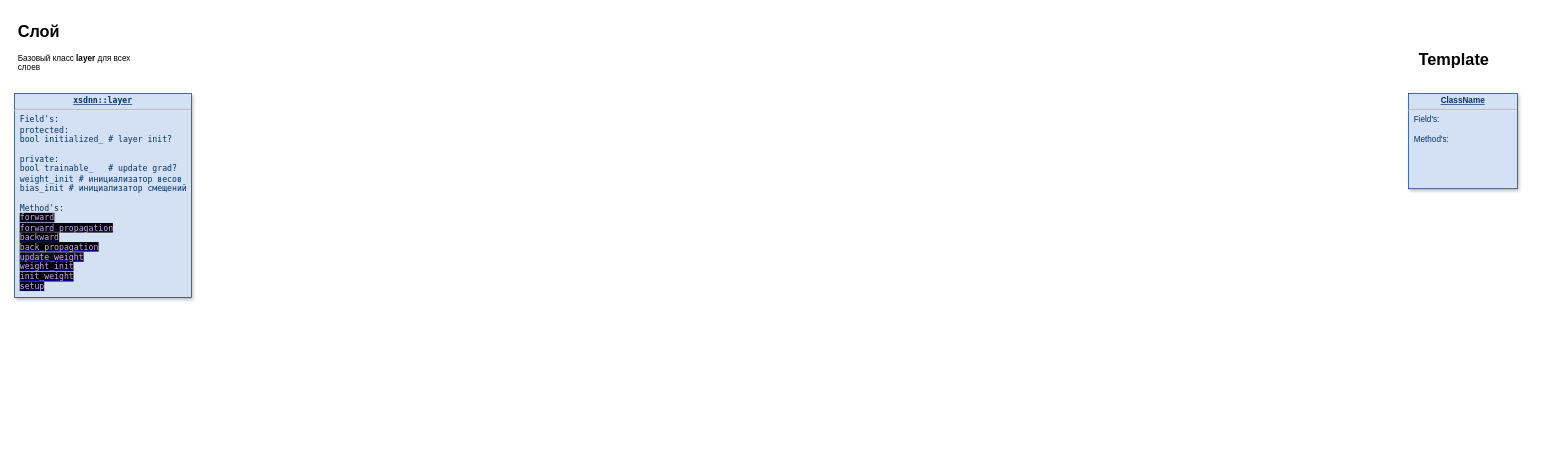
xsdnn/xsdnn keeps this draw.io diagram as page "xsdnn::main" (1 of 9) of logic.drawio. Above is the earlier version. Source tidied: cells renumbered, new cells numbered last; positions are measured from the earlier drawing's top-left corner, leaving out a move shared by most shapes. Both pictures are drawn from the tidied source at 68%, with x=0, y=0 at pixel (14, 18).
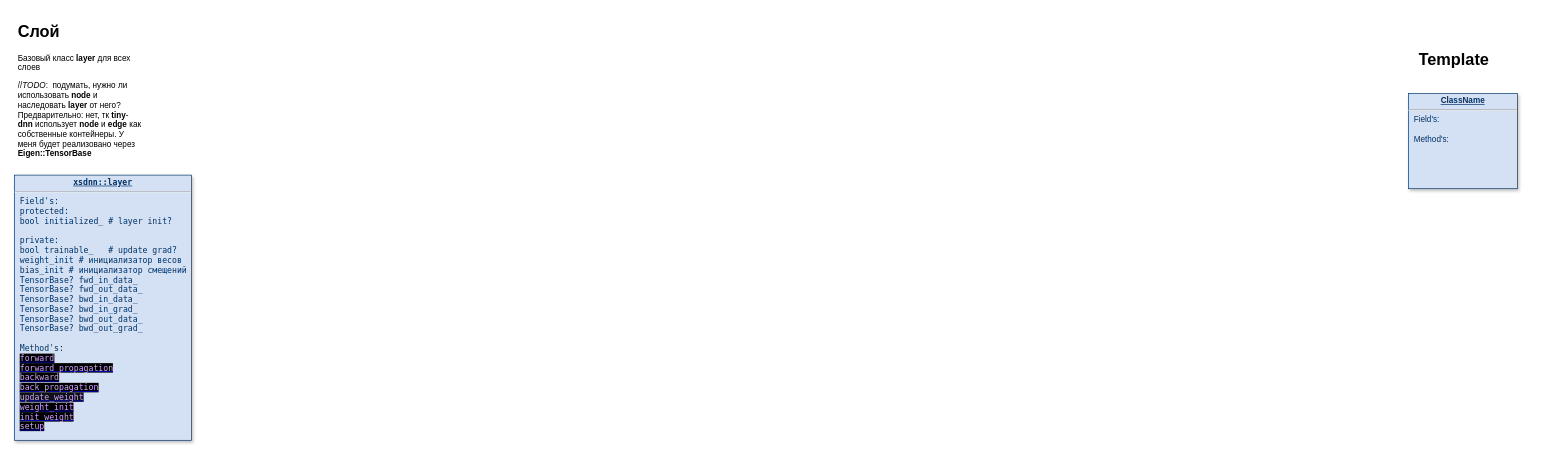
The same page after the edit.

Diff of the diagram source:
```diff
@@
 <mxGraphModel>
   <root>
     <mxCell id="0" />
     <mxCell id="1" parent="0" />
     <mxCell id="2" value="&lt;p style=&quot;margin: 0px; margin-top: 4px; text-align: center; text-decoration: underline;&quot;&gt;&lt;strong&gt;ClassName&lt;/strong&gt;&lt;/p&gt;&lt;hr&gt;&lt;p style=&quot;margin: 0px; margin-left: 8px;&quot;&gt;Field's:&lt;/p&gt;&lt;p style=&quot;margin: 0px; margin-left: 8px;&quot;&gt;&lt;br&gt;&lt;/p&gt;&lt;p style=&quot;margin: 0px; margin-left: 8px;&quot;&gt;Method's:&lt;/p&gt;" style="verticalAlign=top;align=left;overflow=fill;fontSize=12;fontFamily=Helvetica;html=1;strokeColor=#003366;shadow=1;fillColor=#D4E1F5;fontColor=#003366;" parent="1" vertex="1">
       <mxGeometry x="2050" y="110" width="160" height="140" as="geometry" />
     </mxCell>
-    <mxCell id="3" value="&lt;h1&gt;Слой&lt;/h1&gt;&lt;p&gt;Базовый класс &lt;b&gt;layer &lt;/b&gt;для всех слоев&lt;/p&gt;" style="text;html=1;strokeColor=none;fillColor=none;spacing=5;spacingTop=-20;whiteSpace=wrap;overflow=hidden;rounded=0;" parent="1" vertex="1">
-      <mxGeometry width="190" height="80" as="geometry" />
+    <mxCell id="3" value="&lt;h1&gt;Слой&lt;/h1&gt;&lt;p&gt;Базовый класс &lt;b&gt;layer &lt;/b&gt;для всех слоев&lt;/p&gt;&lt;p&gt;&lt;span style=&quot;text-align: center;&quot;&gt;//&lt;i&gt;TODO&lt;/i&gt;:&amp;nbsp; подумать, нужно ли использовать &lt;b&gt;node&lt;/b&gt; и наследовать &lt;b&gt;layer&lt;/b&gt; от него? Предварительно: нет, тк &lt;b&gt;tiny&lt;/b&gt;-&lt;b&gt;dnn&lt;/b&gt; использует &lt;b&gt;node&lt;/b&gt; и &lt;b&gt;edge&lt;/b&gt; как собственные контейнеры. У меня будет реализовано через &lt;b&gt;Eigen::TensorBase&lt;/b&gt;&lt;/span&gt;&lt;br&gt;&lt;/p&gt;&lt;p&gt;&lt;br&gt;&lt;/p&gt;" style="text;html=1;strokeColor=none;fillColor=none;spacing=5;spacingTop=-20;whiteSpace=wrap;overflow=hidden;rounded=0;" parent="1" vertex="1">
+      <mxGeometry width="190" height="250" as="geometry" />
     </mxCell>
     <mxCell id="4" value="&lt;h1&gt;Template&lt;/h1&gt;" style="text;html=1;strokeColor=none;fillColor=none;spacing=5;spacingTop=-20;whiteSpace=wrap;overflow=hidden;rounded=0;" parent="1" vertex="1">
       <mxGeometry x="2060" y="40" width="190" height="50" as="geometry" />
     </mxCell>
-    <mxCell id="5" value="&lt;p style=&quot;margin: 0px; margin-top: 4px; text-align: center; text-decoration: underline;&quot;&gt;&lt;b&gt;xsdnn::layer&lt;/b&gt;&lt;/p&gt;&lt;hr&gt;&lt;p style=&quot;margin: 0px; margin-left: 8px;&quot;&gt;Field's:&lt;/p&gt;&lt;p style=&quot;margin: 0px; margin-left: 8px;&quot;&gt;protected:&lt;/p&gt;&lt;p style=&quot;margin: 0px; margin-left: 8px;&quot;&gt;bool initialized_ # layer init?&lt;/p&gt;&lt;p style=&quot;margin: 0px; margin-left: 8px;&quot;&gt;&lt;br&gt;&lt;/p&gt;&lt;p style=&quot;margin: 0px; margin-left: 8px;&quot;&gt;private:&lt;/p&gt;&lt;p style=&quot;margin: 0px 0px 0px 8px;&quot;&gt;bool trainable_&amp;nbsp; &amp;nbsp;# update grad?&lt;/p&gt;&lt;p style=&quot;margin: 0px 0px 0px 8px;&quot;&gt;weight_init # инициализатор весов&lt;/p&gt;&lt;p style=&quot;margin: 0px 0px 0px 8px;&quot;&gt;bias_init # инициализатор смещений&lt;/p&gt;&lt;p style=&quot;margin: 0px; margin-left: 8px;&quot;&gt;&lt;br&gt;&lt;/p&gt;&lt;p style=&quot;margin: 0px; margin-left: 8px;&quot;&gt;Method's:&lt;/p&gt;&lt;p style=&quot;margin: 0px; margin-left: 8px;&quot;&gt;&lt;a href=&quot;data:page/id,acLyr5f8MV2qwVlqdKkI&quot;&gt;&lt;font face=&quot;ui-monospace, SFMono-Regular, SF Mono, Menlo, Consolas, Liberation Mono, monospace&quot; color=&quot;#d2a8ff&quot; style=&quot;background-color: rgb(0, 0, 0);&quot;&gt;forward&lt;/font&gt;&lt;/a&gt;&lt;/p&gt;&lt;p style=&quot;margin: 0px; margin-left: 8px;&quot;&gt;&lt;a href=&quot;data:page/id,P51iXEZZl-BP7aw9WZGj&quot;&gt;&lt;font face=&quot;ui-monospace, SFMono-Regular, SF Mono, Menlo, Consolas, Liberation Mono, monospace&quot; color=&quot;#d2a8ff&quot; style=&quot;background-color: rgb(0, 0, 0);&quot;&gt;forward_propagation&lt;/font&gt;&lt;/a&gt;&lt;/p&gt;&lt;p style=&quot;margin: 0px; margin-left: 8px;&quot;&gt;&lt;a href=&quot;data:page/id,9vZ8QekkStvvB2-BGn0U&quot;&gt;&lt;font face=&quot;ui-monospace, SFMono-Regular, SF Mono, Menlo, Consolas, Liberation Mono, monospace&quot; color=&quot;#d2a8ff&quot; style=&quot;background-color: rgb(0, 0, 0);&quot;&gt;backward&lt;/font&gt;&lt;/a&gt;&lt;/p&gt;&lt;p style=&quot;margin: 0px; margin-left: 8px;&quot;&gt;&lt;a href=&quot;data:page/id,YzGOiIOgP3fO_uxTNOQc&quot;&gt;&lt;font face=&quot;ui-monospace, SFMono-Regular, SF Mono, Menlo, Consolas, Liberation Mono, monospace&quot; color=&quot;#d2a8ff&quot; style=&quot;background-color: rgb(0, 0, 0);&quot;&gt;back_propagation&lt;/font&gt;&lt;/a&gt;&lt;/p&gt;&lt;p style=&quot;margin: 0px; margin-left: 8px;&quot;&gt;&lt;span style=&quot;font-family: ui-monospace, SFMono-Regular, &amp;quot;SF Mono&amp;quot;, Menlo, Consolas, &amp;quot;Liberation Mono&amp;quot;, monospace; background-color: rgb(13, 17, 23);&quot;&gt;&lt;a style=&quot;&quot; href=&quot;data:page/id,1ntwXYWYcS74xLM6uAJB&quot;&gt;&lt;font color=&quot;#d2a8ff&quot;&gt;update_weight&lt;/font&gt;&lt;/a&gt;&lt;/span&gt;&lt;br&gt;&lt;/p&gt;&lt;p style=&quot;margin: 0px; margin-left: 8px;&quot;&gt;&lt;a style=&quot;background-color: rgb(0, 0, 0);&quot; href=&quot;data:page/id,imFPhnd7Cz6RNdqDAHEO&quot;&gt;&lt;font face=&quot;ui-monospace, SFMono-Regular, SF Mono, Menlo, Consolas, Liberation Mono, monospace&quot; color=&quot;#d2a8ff&quot;&gt;weight_init&lt;/font&gt;&lt;/a&gt;&lt;/p&gt;&lt;p style=&quot;margin: 0px; margin-left: 8px;&quot;&gt;&lt;a style=&quot;background-color: rgb(0, 0, 0);&quot; href=&quot;data:page/id,p6dzrHT5QFA6u9v4Chr_&quot;&gt;&lt;font color=&quot;#d2a8ff&quot;&gt;init_weight&lt;/font&gt;&lt;/a&gt;&lt;/p&gt;&lt;p style=&quot;margin: 0px; margin-left: 8px;&quot;&gt;&lt;a style=&quot;background-color: rgb(0, 0, 0);&quot; href=&quot;data:page/id,uzz6QVAgYd6YLyIYvyyA&quot;&gt;&lt;font color=&quot;#d2a8ff&quot;&gt;setup&lt;/font&gt;&lt;/a&gt;&lt;/p&gt;" style="verticalAlign=top;align=left;overflow=fill;fontSize=12;fontFamily=ui-monospace, SFMono-Regular, &quot;SF Mono&quot;, Menlo, Consolas, &quot;Liberation Mono&quot;, monospace;html=1;strokeColor=#003366;shadow=1;fillColor=#D4E1F5;fontColor=#003366;" parent="1" vertex="1">
-      <mxGeometry y="110" width="260" height="300" as="geometry" />
+    <mxCell id="5" value="&lt;p style=&quot;margin: 0px; margin-top: 4px; text-align: center; text-decoration: underline;&quot;&gt;&lt;b&gt;xsdnn::layer&lt;/b&gt;&lt;/p&gt;&lt;hr&gt;&lt;p style=&quot;margin: 0px; margin-left: 8px;&quot;&gt;Field's:&lt;/p&gt;&lt;p style=&quot;margin: 0px; margin-left: 8px;&quot;&gt;protected:&lt;/p&gt;&lt;p style=&quot;margin: 0px; margin-left: 8px;&quot;&gt;bool initialized_ # layer init?&lt;/p&gt;&lt;p style=&quot;margin: 0px; margin-left: 8px;&quot;&gt;&lt;br&gt;&lt;/p&gt;&lt;p style=&quot;margin: 0px; margin-left: 8px;&quot;&gt;private:&lt;/p&gt;&lt;p style=&quot;margin: 0px 0px 0px 8px;&quot;&gt;bool trainable_&amp;nbsp; &amp;nbsp;# update grad?&lt;/p&gt;&lt;p style=&quot;margin: 0px 0px 0px 8px;&quot;&gt;weight_init # инициализатор весов&lt;/p&gt;&lt;p style=&quot;margin: 0px 0px 0px 8px;&quot;&gt;bias_init # инициализатор смещений&lt;/p&gt;&lt;p style=&quot;margin: 0px; margin-left: 8px;&quot;&gt;TensorBase? fwd_in_data_&lt;/p&gt;&lt;p style=&quot;margin: 0px; margin-left: 8px;&quot;&gt;TensorBase? fwd_out_data_&lt;br&gt;&lt;/p&gt;&lt;p style=&quot;margin: 0px; margin-left: 8px;&quot;&gt;TensorBase? bwd_in_data_&lt;br&gt;&lt;/p&gt;&lt;p style=&quot;margin: 0px; margin-left: 8px;&quot;&gt;TensorBase? bwd_in_grad_&lt;br&gt;&lt;/p&gt;&lt;p style=&quot;margin: 0px; margin-left: 8px;&quot;&gt;TensorBase? bwd_out_data_&lt;br&gt;&lt;/p&gt;&lt;p style=&quot;margin: 0px; margin-left: 8px;&quot;&gt;TensorBase? bwd_out_grad_&lt;br&gt;&lt;/p&gt;&lt;p style=&quot;margin: 0px; margin-left: 8px;&quot;&gt;&lt;br&gt;&lt;/p&gt;&lt;p style=&quot;margin: 0px; margin-left: 8px;&quot;&gt;Method's:&lt;/p&gt;&lt;p style=&quot;margin: 0px; margin-left: 8px;&quot;&gt;&lt;a href=&quot;data:page/id,acLyr5f8MV2qwVlqdKkI&quot;&gt;&lt;font face=&quot;ui-monospace, SFMono-Regular, SF Mono, Menlo, Consolas, Liberation Mono, monospace&quot; color=&quot;#d2a8ff&quot; style=&quot;background-color: rgb(0, 0, 0);&quot;&gt;forward&lt;/font&gt;&lt;/a&gt;&lt;/p&gt;&lt;p style=&quot;margin: 0px; margin-left: 8px;&quot;&gt;&lt;a href=&quot;data:page/id,P51iXEZZl-BP7aw9WZGj&quot;&gt;&lt;font face=&quot;ui-monospace, SFMono-Regular, SF Mono, Menlo, Consolas, Liberation Mono, monospace&quot; color=&quot;#d2a8ff&quot; style=&quot;background-color: rgb(0, 0, 0);&quot;&gt;forward_propagation&lt;/font&gt;&lt;/a&gt;&lt;/p&gt;&lt;p style=&quot;margin: 0px; margin-left: 8px;&quot;&gt;&lt;a href=&quot;data:page/id,9vZ8QekkStvvB2-BGn0U&quot;&gt;&lt;font face=&quot;ui-monospace, SFMono-Regular, SF Mono, Menlo, Consolas, Liberation Mono, monospace&quot; color=&quot;#d2a8ff&quot; style=&quot;background-color: rgb(0, 0, 0);&quot;&gt;backward&lt;/font&gt;&lt;/a&gt;&lt;/p&gt;&lt;p style=&quot;margin: 0px; margin-left: 8px;&quot;&gt;&lt;a href=&quot;data:page/id,YzGOiIOgP3fO_uxTNOQc&quot;&gt;&lt;font face=&quot;ui-monospace, SFMono-Regular, SF Mono, Menlo, Consolas, Liberation Mono, monospace&quot; color=&quot;#d2a8ff&quot; style=&quot;background-color: rgb(0, 0, 0);&quot;&gt;back_propagation&lt;/font&gt;&lt;/a&gt;&lt;/p&gt;&lt;p style=&quot;margin: 0px; margin-left: 8px;&quot;&gt;&lt;span style=&quot;font-family: ui-monospace, SFMono-Regular, &amp;quot;SF Mono&amp;quot;, Menlo, Consolas, &amp;quot;Liberation Mono&amp;quot;, monospace; background-color: rgb(13, 17, 23);&quot;&gt;&lt;a style=&quot;&quot; href=&quot;data:page/id,1ntwXYWYcS74xLM6uAJB&quot;&gt;&lt;font color=&quot;#d2a8ff&quot;&gt;update_weight&lt;/font&gt;&lt;/a&gt;&lt;/span&gt;&lt;br&gt;&lt;/p&gt;&lt;p style=&quot;margin: 0px; margin-left: 8px;&quot;&gt;&lt;a style=&quot;background-color: rgb(0, 0, 0);&quot; href=&quot;data:page/id,imFPhnd7Cz6RNdqDAHEO&quot;&gt;&lt;font face=&quot;ui-monospace, SFMono-Regular, SF Mono, Menlo, Consolas, Liberation Mono, monospace&quot; color=&quot;#d2a8ff&quot;&gt;weight_init&lt;/font&gt;&lt;/a&gt;&lt;/p&gt;&lt;p style=&quot;margin: 0px; margin-left: 8px;&quot;&gt;&lt;a style=&quot;background-color: rgb(0, 0, 0);&quot; href=&quot;data:page/id,p6dzrHT5QFA6u9v4Chr_&quot;&gt;&lt;font color=&quot;#d2a8ff&quot;&gt;init_weight&lt;/font&gt;&lt;/a&gt;&lt;/p&gt;&lt;p style=&quot;margin: 0px; margin-left: 8px;&quot;&gt;&lt;a style=&quot;background-color: rgb(0, 0, 0);&quot; href=&quot;data:page/id,uzz6QVAgYd6YLyIYvyyA&quot;&gt;&lt;font color=&quot;#d2a8ff&quot;&gt;setup&lt;/font&gt;&lt;/a&gt;&lt;/p&gt;" style="verticalAlign=top;align=left;overflow=fill;fontSize=12;fontFamily=ui-monospace, SFMono-Regular, &quot;SF Mono&quot;, Menlo, Consolas, &quot;Liberation Mono&quot;, monospace;html=1;strokeColor=#003366;shadow=1;fillColor=#D4E1F5;fontColor=#003366;" parent="1" vertex="1">
+      <mxGeometry y="230" width="260" height="390" as="geometry" />
     </mxCell>
   </root>
 </mxGraphModel>
```
